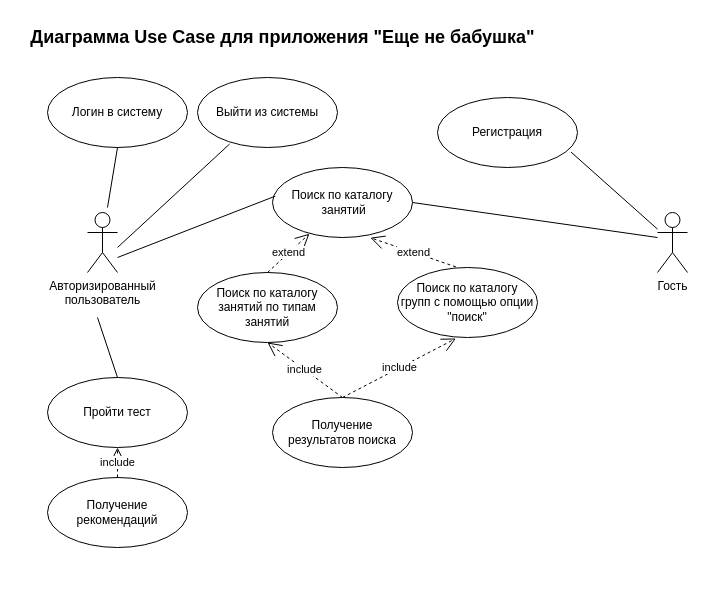
Above: ER/диаграмма прецендентов.drawio in OlgaTora/Recommendation_project (draw.io), before the change. Source tidied: cells renumbered, new cells numbered last; positions are measured from the earlier drawing's top-left corner, leaving out a move shared by most shapes. Both pictures are drawn from the tidied source at 100%, with x=0, y=0 at pixel (17, 17).
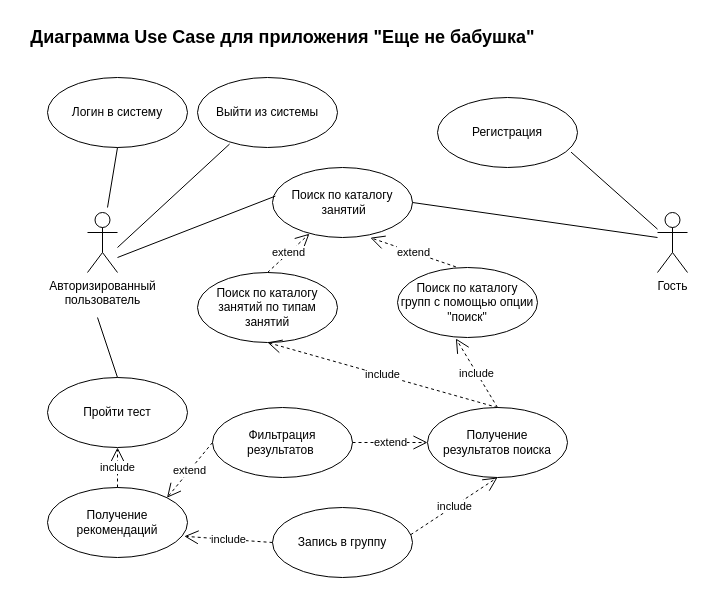
Above is the later version.

The edit, as a diff of the source:
```diff
@@
     <mxCell id="17" value="Получение &lt;br&gt;результатов поиска" style="ellipse;whiteSpace=wrap;html=1;" parent="1" vertex="1">
-      <mxGeometry x="255" y="380" width="140" height="70" as="geometry" />
+      <mxGeometry x="410" y="390" width="140" height="70" as="geometry" />
     </mxCell>
@@
     <mxCell id="23" value="Получение рекомендаций" style="ellipse;whiteSpace=wrap;html=1;" parent="1" vertex="1">
-      <mxGeometry x="30" y="460" width="140" height="70" as="geometry" />
+      <mxGeometry x="30" y="470" width="140" height="70" as="geometry" />
     </mxCell>
@@
+    <mxCell id="25" value="Фильтрация результатов&amp;nbsp;" style="ellipse;whiteSpace=wrap;html=1;" parent="1" vertex="1">
+      <mxGeometry x="195" y="390" width="140" height="70" as="geometry" />
+    </mxCell>
+    <mxCell id="26" value="extend" style="endArrow=open;endSize=12;dashed=1;html=1;rounded=0;exitX=1;exitY=0.5;exitDx=0;exitDy=0;entryX=0;entryY=0.5;entryDx=0;entryDy=0;" parent="1" edge="1" source="25" target="17">
+      <mxGeometry relative="1" as="geometry" />
+    </mxCell>
+    <mxCell id="27" value="extend" style="endArrow=open;endSize=12;dashed=1;html=1;rounded=0;exitX=0;exitY=0.5;exitDx=0;exitDy=0;entryX=1;entryY=0;entryDx=0;entryDy=0;" parent="1" edge="1" source="25" target="23">
+      <mxGeometry relative="1" as="geometry" />
+    </mxCell>
+    <mxCell id="28" value="Запись в группу" style="ellipse;whiteSpace=wrap;html=1;" parent="1" vertex="1">
+      <mxGeometry x="255" y="490" width="140" height="70" as="geometry" />
+    </mxCell>
+    <mxCell id="29" value="include" style="endArrow=open;endSize=12;dashed=1;html=1;rounded=0;exitX=0;exitY=0.5;exitDx=0;exitDy=0;entryX=0.977;entryY=0.697;entryDx=0;entryDy=0;entryPerimeter=0;" parent="1" edge="1" source="28" target="23">
+      <mxGeometry relative="1" as="geometry" />
+    </mxCell>
+    <mxCell id="30" value="include" style="endArrow=open;endSize=12;dashed=1;html=1;rounded=0;exitX=0.987;exitY=0.389;exitDx=0;exitDy=0;entryX=0.5;entryY=1;entryDx=0;entryDy=0;exitPerimeter=0;" parent="1" edge="1" source="28" target="17">
+      <mxGeometry relative="1" as="geometry" />
+    </mxCell>
```
